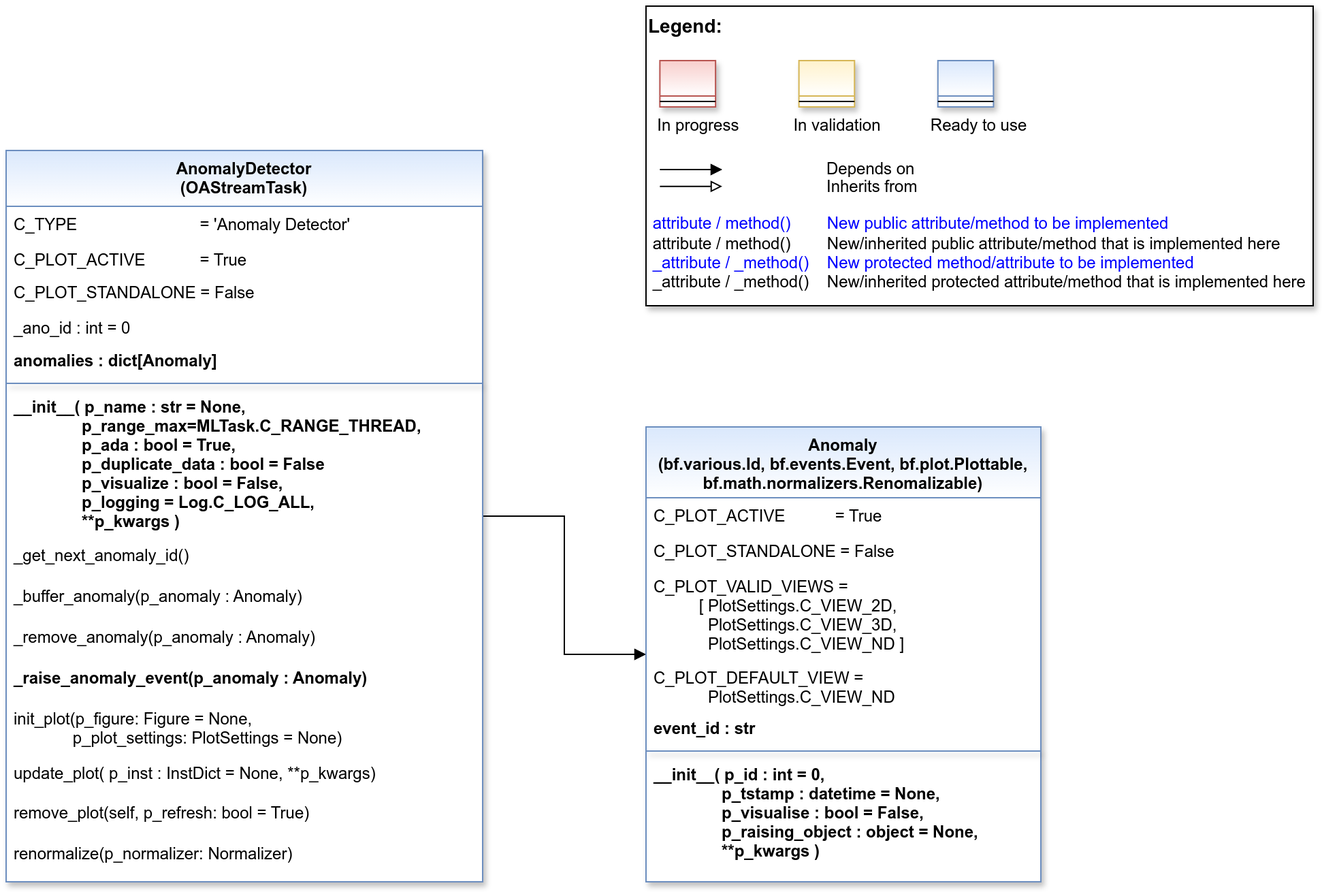
This is doc/rtd/content/99_appendices/appendix2/sub/mlpro_oa/streams/30_anomaly_detection/images/MLPro-OA-Anomaly-Detectors_class_diagram.drawio.png from fhswf/MLPro, a draw.io export, as it was before one commit. Source tidied: cells renumbered, new cells last; positions are measured from the earlier drawing's top-left corner, leaving out a move shared by most shapes.
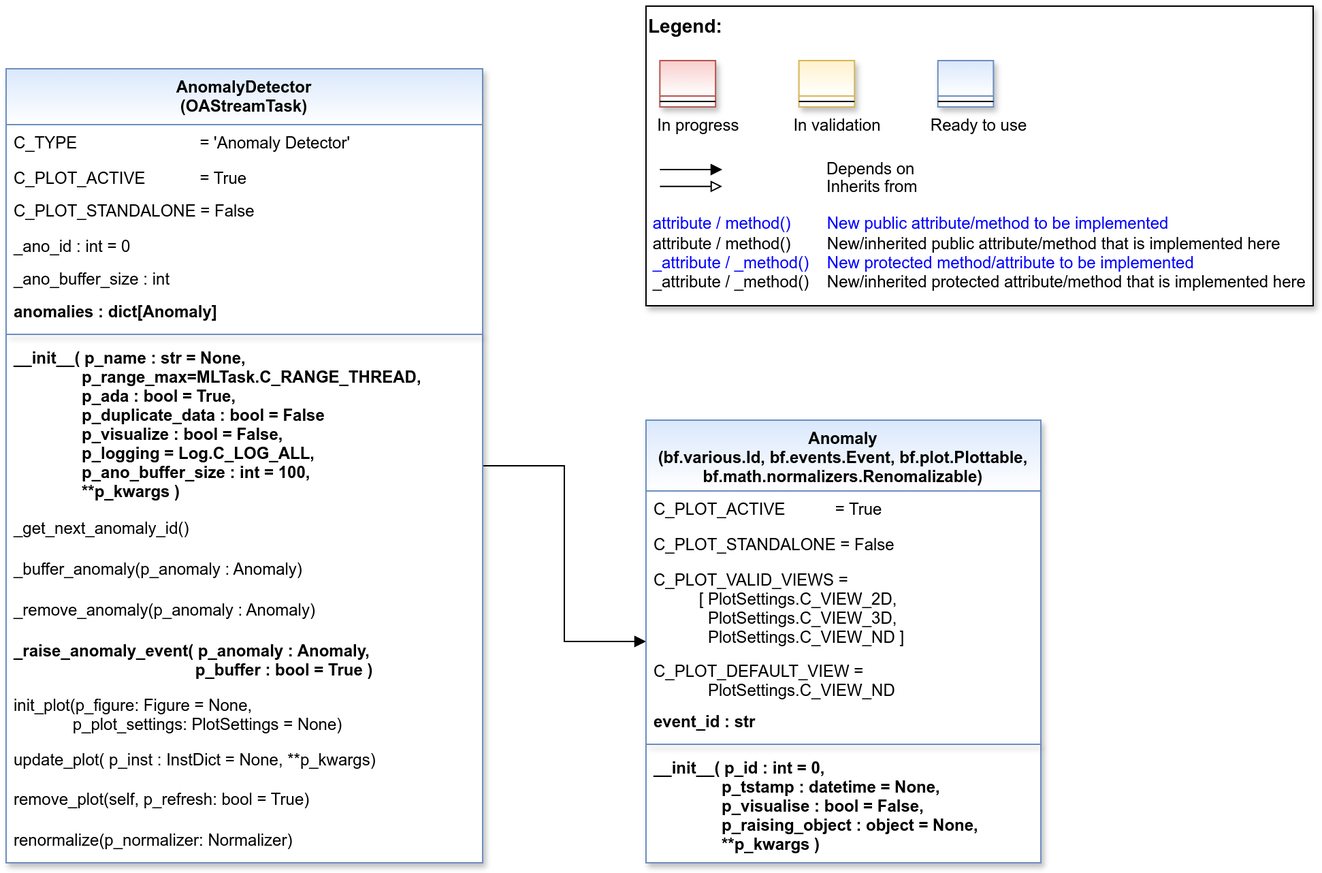
After the change.

Change to the diagram source:
```diff
@@ -1,14 +1,14 @@
 <mxGraphModel>
   <root>
-    <mxCell id="0" />
-    <mxCell id="1" parent="0" />
-    <mxCell id="2" style="group;" parent="1" vertex="1">
-      <mxGeometry x="470" width="490" height="220" as="geometry" />
-    </mxCell>
+    <mxCell id="37" />
+    <mxCell id="38" parent="37" />
+    <mxCell id="39" style="group;" parent="38" vertex="1">
+      <mxGeometry x="470" y="60" width="490" height="220" as="geometry" />
+    </mxCell>
-    <mxCell id="3" value="&lt;font color=&quot;#000000&quot; size=&quot;1&quot;&gt;&lt;b style=&quot;font-size: 14px&quot;&gt;Legend:&lt;br&gt;&lt;/b&gt;&lt;/font&gt;&lt;br&gt;&lt;br&gt;&lt;br&gt;&lt;font color=&quot;#0000ff&quot; style=&quot;font-size: 6px&quot;&gt;&lt;br&gt;&lt;/font&gt;&lt;span style=&quot;color: rgb(0 , 0 , 0)&quot;&gt;&lt;font style=&quot;font-size: 4px&quot;&gt;&amp;nbsp; &amp;nbsp;&lt;/font&gt;&amp;nbsp;In progress&amp;nbsp; &amp;nbsp; &amp;nbsp; &amp;nbsp; &amp;nbsp; &amp;nbsp; In validation&amp;nbsp; &amp;nbsp; &amp;nbsp; &amp;nbsp; &amp;nbsp; &amp;nbsp;Ready to use&lt;/span&gt;&lt;font color=&quot;#000000&quot;&gt;&amp;nbsp;&lt;br&gt;&lt;/font&gt;&lt;font color=&quot;#0000ff&quot;&gt;&lt;br&gt;&lt;br&gt;&lt;br&gt;&lt;br&gt;&amp;nbsp;attribute / method()&amp;nbsp; &amp;nbsp; &amp;nbsp; &amp;nbsp; New public attribute/method to be implemented&lt;/font&gt;&lt;br&gt;&lt;font color=&quot;#000000&quot;&gt;&amp;nbsp;&lt;/font&gt;&lt;font color=&quot;#000000&quot;&gt;attribute / method()&lt;span&gt; &lt;/span&gt;&amp;nbsp; &amp;nbsp; &amp;nbsp; &amp;nbsp;New/inherited public attribute/method that is implemented here&lt;br&gt;&lt;/font&gt;&lt;font color=&quot;#0000ff&quot;&gt;&amp;nbsp;_attribute /&amp;nbsp;&lt;/font&gt;&lt;font color=&quot;#0000ff&quot;&gt;_method()&amp;nbsp; &amp;nbsp; New protected method/attribute to be implemented&lt;/font&gt;&lt;br&gt;&lt;font color=&quot;#000000&quot;&gt;&amp;nbsp;_attribute / _method()&amp;nbsp; &amp;nbsp; New/inherited protected attribute/method that is implemented here&lt;br&gt;&lt;/font&gt;&lt;font color=&quot;#000000&quot;&gt;&lt;br&gt;&lt;br&gt;&lt;br&gt;&lt;br&gt;&lt;br&gt;&lt;/font&gt;" style="text;html=1;align=left;verticalAlign=top;whiteSpace=wrap;rounded=0;fontColor=#006600;strokeColor=#000000;shadow=1;fillColor=#ffffff;" parent="2" vertex="1">
+    <mxCell id="3" value="&lt;font color=&quot;#000000&quot; size=&quot;1&quot;&gt;&lt;b style=&quot;font-size: 14px&quot;&gt;Legend:&lt;br&gt;&lt;/b&gt;&lt;/font&gt;&lt;br&gt;&lt;br&gt;&lt;br&gt;&lt;font color=&quot;#0000ff&quot; style=&quot;font-size: 6px&quot;&gt;&lt;br&gt;&lt;/font&gt;&lt;span style=&quot;color: rgb(0 , 0 , 0)&quot;&gt;&lt;font style=&quot;font-size: 4px&quot;&gt;&amp;nbsp; &amp;nbsp;&lt;/font&gt;&amp;nbsp;In progress&amp;nbsp; &amp;nbsp; &amp;nbsp; &amp;nbsp; &amp;nbsp; &amp;nbsp; In validation&amp;nbsp; &amp;nbsp; &amp;nbsp; &amp;nbsp; &amp;nbsp; &amp;nbsp;Ready to use&lt;/span&gt;&lt;font color=&quot;#000000&quot;&gt;&amp;nbsp;&lt;br&gt;&lt;/font&gt;&lt;font color=&quot;#0000ff&quot;&gt;&lt;br&gt;&lt;br&gt;&lt;br&gt;&lt;br&gt;&amp;nbsp;attribute / method()&amp;nbsp; &amp;nbsp; &amp;nbsp; &amp;nbsp; New public attribute/method to be implemented&lt;/font&gt;&lt;br&gt;&lt;font color=&quot;#000000&quot;&gt;&amp;nbsp;&lt;/font&gt;&lt;font color=&quot;#000000&quot;&gt;attribute / method()&lt;span&gt; &lt;/span&gt;&amp;nbsp; &amp;nbsp; &amp;nbsp; &amp;nbsp;New/inherited public attribute/method that is implemented here&lt;br&gt;&lt;/font&gt;&lt;font color=&quot;#0000ff&quot;&gt;&amp;nbsp;_attribute /&amp;nbsp;&lt;/font&gt;&lt;font color=&quot;#0000ff&quot;&gt;_method()&amp;nbsp; &amp;nbsp; New protected method/attribute to be implemented&lt;/font&gt;&lt;br&gt;&lt;font color=&quot;#000000&quot;&gt;&amp;nbsp;_attribute / _method()&amp;nbsp; &amp;nbsp; New/inherited protected attribute/method that is implemented here&lt;br&gt;&lt;/font&gt;&lt;font color=&quot;#000000&quot;&gt;&lt;br&gt;&lt;br&gt;&lt;br&gt;&lt;br&gt;&lt;br&gt;&lt;/font&gt;" style="text;html=1;align=left;verticalAlign=top;whiteSpace=wrap;rounded=0;fontColor=#006600;strokeColor=#000000;shadow=1;fillColor=#ffffff;" parent="39" vertex="1">
       <mxGeometry width="490" height="220" as="geometry" />
     </mxCell>
-    <mxCell id="4" value="Depends on" style="endArrow=block;html=1;labelPosition=right;verticalLabelPosition=middle;align=left;verticalAlign=middle;endFill=1;fontSize=12;" parent="2" edge="1">
+    <mxCell id="4" value="Depends on" style="endArrow=block;html=1;labelPosition=right;verticalLabelPosition=middle;align=left;verticalAlign=middle;endFill=1;fontSize=12;" parent="39" edge="1">
       <mxGeometry x="-1623.1" y="-2180" as="geometry">
         <mxPoint x="10.2" y="120" as="sourcePoint" />
         <mxPoint x="56" y="120" as="targetPoint" />
@@ -18,36 +18,36 @@
         <mxPoint x="98" as="offset" />
       </mxGeometry>
     </mxCell>
-    <mxCell id="5" value="Inherits from" style="endArrow=block;html=1;labelPosition=right;verticalLabelPosition=middle;align=left;verticalAlign=middle;endFill=0;fontSize=12;" parent="2" edge="1">
+    <mxCell id="5" value="Inherits from" style="endArrow=block;html=1;labelPosition=right;verticalLabelPosition=middle;align=left;verticalAlign=middle;endFill=0;fontSize=12;" parent="39" edge="1">
       <mxGeometry x="-1623.1" y="-2180" as="geometry">
         <mxPoint x="10.2" y="132.4" as="sourcePoint" />
         <mxPoint x="56" y="132.4" as="targetPoint" />
         <mxPoint x="98" y="1" as="offset" />
       </mxGeometry>
     </mxCell>
-    <mxCell id="6" style="swimlane;fontStyle=3;align=center;verticalAlign=top;horizontal=1;startSize=26;rounded=0;shadow=1;strokeWidth=1;fillColor=#f8cecc;strokeColor=#b85450;gradientColor=#ffffff;swimlaneFillColor=#ffffff;" parent="2" vertex="1">
+    <mxCell id="6" style="swimlane;fontStyle=3;align=center;verticalAlign=top;horizontal=1;startSize=26;rounded=0;shadow=1;strokeWidth=1;fillColor=#f8cecc;strokeColor=#b85450;gradientColor=#ffffff;swimlaneFillColor=#ffffff;" parent="39" vertex="1">
       <mxGeometry x="10.2" y="40" width="40.8" height="34" as="geometry" />
     </mxCell>
-    <mxCell id="7" style="line;html=1;strokeWidth=1;align=left;verticalAlign=middle;spacingTop=-1;spacingLeft=3;spacingRight=3;labelPosition=right;" parent="6" vertex="1">
-      <mxGeometry y="26" width="40.8" height="8" as="geometry" />
-    </mxCell>
+    <mxCell id="40" style="line;html=1;strokeWidth=1;align=left;verticalAlign=middle;spacingTop=-1;spacingLeft=3;spacingRight=3;labelPosition=right;" parent="6" vertex="1">
+      <mxGeometry y="26" width="40.8" height="8" as="geometry" />
+    </mxCell>
-    <mxCell id="8" style="swimlane;fontStyle=3;align=center;verticalAlign=top;horizontal=1;startSize=26;rounded=0;shadow=1;strokeWidth=1;fillColor=#fff2cc;strokeColor=#d6b656;gradientColor=#ffffff;swimlaneFillColor=#ffffff;" parent="2" vertex="1">
+    <mxCell id="8" style="swimlane;fontStyle=3;align=center;verticalAlign=top;horizontal=1;startSize=26;rounded=0;shadow=1;strokeWidth=1;fillColor=#fff2cc;strokeColor=#d6b656;gradientColor=#ffffff;swimlaneFillColor=#ffffff;" parent="39" vertex="1">
       <mxGeometry x="112.3" y="40" width="40.8" height="34" as="geometry" />
     </mxCell>
-    <mxCell id="9" style="line;html=1;strokeWidth=1;align=left;verticalAlign=middle;spacingTop=-1;spacingLeft=3;spacingRight=3;labelPosition=right;" parent="8" vertex="1">
-      <mxGeometry y="26" width="40.8" height="8" as="geometry" />
-    </mxCell>
+    <mxCell id="41" style="line;html=1;strokeWidth=1;align=left;verticalAlign=middle;spacingTop=-1;spacingLeft=3;spacingRight=3;labelPosition=right;" parent="8" vertex="1">
+      <mxGeometry y="26" width="40.8" height="8" as="geometry" />
+    </mxCell>
-    <mxCell id="10" style="swimlane;fontStyle=3;align=center;verticalAlign=top;horizontal=1;startSize=26;rounded=0;shadow=1;strokeWidth=1;fillColor=#dae8fc;strokeColor=#6c8ebf;gradientColor=#ffffff;swimlaneFillColor=#ffffff;" parent="2" vertex="1">
+    <mxCell id="10" style="swimlane;fontStyle=3;align=center;verticalAlign=top;horizontal=1;startSize=26;rounded=0;shadow=1;strokeWidth=1;fillColor=#dae8fc;strokeColor=#6c8ebf;gradientColor=#ffffff;swimlaneFillColor=#ffffff;" parent="39" vertex="1">
       <mxGeometry x="214.4" y="40" width="40.8" height="34" as="geometry" />
     </mxCell>
-    <mxCell id="11" style="line;html=1;strokeWidth=1;align=left;verticalAlign=middle;spacingTop=-1;spacingLeft=3;spacingRight=3;labelPosition=right;" parent="10" vertex="1">
-      <mxGeometry y="26" width="40.8" height="8" as="geometry" />
-    </mxCell>
+    <mxCell id="42" style="line;html=1;strokeWidth=1;align=left;verticalAlign=middle;spacingTop=-1;spacingLeft=3;spacingRight=3;labelPosition=right;" parent="10" vertex="1">
+      <mxGeometry y="26" width="40.8" height="8" as="geometry" />
+    </mxCell>
-    <mxCell id="12" style="edgeStyle=orthogonalEdgeStyle;rounded=0;jettySize=auto;html=1;endArrow=block;endFill=1;" parent="1" edge="1" source="13" target="29">
+    <mxCell id="12" style="edgeStyle=orthogonalEdgeStyle;rounded=0;jettySize=auto;html=1;endArrow=block;endFill=1;" parent="38" edge="1" source="13" target="29">
       <mxGeometry relative="1" as="geometry" />
     </mxCell>
-    <mxCell id="13" value="AnomalyDetector&#10;(OAStreamTask)" style="swimlane;align=center;verticalAlign=top;horizontal=1;startSize=41;rounded=0;shadow=1;strokeWidth=1;fillColor=#dae8fc;strokeColor=#6c8ebf;swimlaneFillColor=#ffffff;gradientColor=#FFFFFF;" parent="1" vertex="1">
-      <mxGeometry y="106" width="350" height="537" as="geometry" />
+    <mxCell id="13" value="AnomalyDetector&#10;(OAStreamTask)" style="swimlane;align=center;verticalAlign=top;horizontal=1;startSize=41;rounded=0;shadow=1;strokeWidth=1;fillColor=#dae8fc;strokeColor=#6c8ebf;swimlaneFillColor=#ffffff;gradientColor=#FFFFFF;" parent="38" vertex="1">
+      <mxGeometry y="106" width="350" height="583" as="geometry" />
     </mxCell>
     <mxCell id="14" value="C_TYPE                           = 'Anomaly Detector'" style="text;align=left;verticalAlign=top;spacingLeft=4;spacingRight=4;overflow=hidden;fontStyle=0;fontColor=default;" parent="13" vertex="1">
       <mxGeometry y="41" width="350" height="26" as="geometry" />
@@ -61,41 +61,44 @@
     <mxCell id="17" value="_ano_id : int = 0" style="text;align=left;verticalAlign=top;spacingLeft=4;spacingRight=4;overflow=hidden;" parent="13" vertex="1">
       <mxGeometry y="117" width="350" height="24" as="geometry" />
     </mxCell>
+    <mxCell id="43" value="_ano_buffer_size : int" style="text;align=left;verticalAlign=top;spacingLeft=4;spacingRight=4;overflow=hidden;" parent="13" vertex="1">
+      <mxGeometry y="141" width="350" height="24" as="geometry" />
+    </mxCell>
     <mxCell id="18" value="anomalies : dict[Anomaly]" style="text;align=left;verticalAlign=top;spacingLeft=4;spacingRight=4;overflow=hidden;fontStyle=1;" parent="13" vertex="1">
-      <mxGeometry y="141" width="350" height="26" as="geometry" />
+      <mxGeometry y="165" width="350" height="26" as="geometry" />
     </mxCell>
-    <mxCell id="19" style="line;html=1;strokeWidth=1;align=center;verticalAlign=top;spacingTop=-1;spacingLeft=3;spacingRight=3;labelPosition=right;rounded=0;shadow=1;strokeColor=#6c8ebf;swimlaneFillColor=#ffffff;fontFamily=Helvetica;fontSize=12;fontColor=default;fontStyle=3;fillColor=#dae8fc;gradientColor=#ffffff;" parent="13" vertex="1">
-      <mxGeometry y="167" width="350" height="8" as="geometry" />
-    </mxCell>
-    <mxCell id="20" value="__init__( p_name : str = None,&#10;               p_range_max=MLTask.C_RANGE_THREAD,&#10;               p_ada : bool = True,&#10;               p_duplicate_data : bool = False&#10;               p_visualize : bool = False,&#10;               p_logging = Log.C_LOG_ALL,&#10;               **p_kwargs )" style="text;align=left;verticalAlign=top;spacingLeft=4;spacingRight=4;overflow=hidden;fontStyle=1;" parent="13" vertex="1">
-      <mxGeometry y="175" width="350" height="109" as="geometry" />
-    </mxCell>
+    <mxCell id="44" style="line;html=1;strokeWidth=1;align=center;verticalAlign=top;spacingTop=-1;spacingLeft=3;spacingRight=3;labelPosition=right;rounded=0;shadow=1;strokeColor=#6c8ebf;swimlaneFillColor=#ffffff;fontFamily=Helvetica;fontSize=12;fontColor=default;fontStyle=3;fillColor=#dae8fc;gradientColor=#ffffff;" parent="13" vertex="1">
+      <mxGeometry y="191" width="350" height="8" as="geometry" />
+    </mxCell>
+    <mxCell id="45" value="__init__( p_name : str = None,&#10;               p_range_max=MLTask.C_RANGE_THREAD,&#10;               p_ada : bool = True,&#10;               p_duplicate_data : bool = False&#10;               p_visualize : bool = False,&#10;               p_logging = Log.C_LOG_ALL,&#10;               p_ano_buffer_size : int = 100,&#10;               **p_kwargs )" style="text;align=left;verticalAlign=top;spacingLeft=4;spacingRight=4;overflow=hidden;fontStyle=1;" parent="13" vertex="1">
+      <mxGeometry y="199" width="350" height="125" as="geometry" />
+    </mxCell>
     <mxCell id="21" value="_get_next_anomaly_id()" style="text;align=left;verticalAlign=top;spacingLeft=4;spacingRight=4;overflow=hidden;shadow=1;" parent="13" vertex="1">
-      <mxGeometry y="284" width="350" height="30" as="geometry" />
+      <mxGeometry y="324" width="350" height="30" as="geometry" />
     </mxCell>
     <mxCell id="22" value="_buffer_anomaly(p_anomaly : Anomaly)" style="text;align=left;verticalAlign=top;spacingLeft=4;spacingRight=4;overflow=hidden;shadow=1;" parent="13" vertex="1">
-      <mxGeometry y="314" width="350" height="30" as="geometry" />
+      <mxGeometry y="354" width="350" height="30" as="geometry" />
     </mxCell>
     <mxCell id="23" value="_remove_anomaly(p_anomaly : Anomaly)" style="text;align=left;verticalAlign=top;spacingLeft=4;spacingRight=4;overflow=hidden;shadow=1;" parent="13" vertex="1">
-      <mxGeometry y="344" width="350" height="30" as="geometry" />
+      <mxGeometry y="384" width="350" height="30" as="geometry" />
     </mxCell>
-    <mxCell id="24" value="_raise_anomaly_event(p_anomaly : Anomaly)" style="text;align=left;verticalAlign=top;spacingLeft=4;spacingRight=4;overflow=hidden;shadow=1;fontStyle=1;" parent="13" vertex="1">
-      <mxGeometry y="374" width="350" height="30" as="geometry" />
-    </mxCell>
+    <mxCell id="46" value="_raise_anomaly_event( p_anomaly : Anomaly, &#10;                                        p_buffer : bool = True )" style="text;align=left;verticalAlign=top;spacingLeft=4;spacingRight=4;overflow=hidden;shadow=1;fontStyle=1;" parent="13" vertex="1">
+      <mxGeometry y="414" width="350" height="40" as="geometry" />
+    </mxCell>
     <mxCell id="25" value="init_plot(p_figure: Figure = None,&#10;             p_plot_settings: PlotSettings = None)" style="text;align=left;verticalAlign=top;spacingLeft=4;spacingRight=4;overflow=hidden;shadow=1;fontStyle=0;" parent="13" vertex="1">
-      <mxGeometry y="404" width="350" height="40" as="geometry" />
+      <mxGeometry y="454" width="350" height="40" as="geometry" />
     </mxCell>
     <mxCell id="26" value="update_plot( p_inst : InstDict = None, **p_kwargs)" style="text;align=left;verticalAlign=top;spacingLeft=4;spacingRight=4;overflow=hidden;shadow=1;fontStyle=0;" parent="13" vertex="1">
-      <mxGeometry y="444" width="350" height="29" as="geometry" />
+      <mxGeometry y="494" width="350" height="29" as="geometry" />
     </mxCell>
     <mxCell id="27" value="remove_plot(self, p_refresh: bool = True)" style="text;align=left;verticalAlign=top;spacingLeft=4;spacingRight=4;overflow=hidden;shadow=1;fontStyle=0;" parent="13" vertex="1">
-      <mxGeometry y="473" width="350" height="30" as="geometry" />
+      <mxGeometry y="523" width="350" height="30" as="geometry" />
     </mxCell>
     <mxCell id="28" value="renormalize(p_normalizer: Normalizer) " style="text;align=left;verticalAlign=top;spacingLeft=4;spacingRight=4;overflow=hidden;shadow=1;fontStyle=0;" parent="13" vertex="1">
-      <mxGeometry y="503" width="350" height="30" as="geometry" />
+      <mxGeometry y="553" width="350" height="30" as="geometry" />
     </mxCell>
-    <mxCell id="29" value="Anomaly &#10;(bf.various.Id, bf.events.Event, bf.plot.Plottable,&#10;bf.math.normalizers.Renomalizable)" style="swimlane;fontStyle=1;align=center;verticalAlign=top;horizontal=1;startSize=52;rounded=0;shadow=1;strokeWidth=1;fillColor=#dae8fc;strokeColor=#6c8ebf;swimlaneFillColor=#ffffff;fontFamily=Helvetica;fontSize=12;gradientColor=#FFFFFF;" parent="1" vertex="1">
-      <mxGeometry x="470" y="309" width="290" height="334" as="geometry" />
+    <mxCell id="29" value="Anomaly &#10;(bf.various.Id, bf.events.Event, bf.plot.Plottable,&#10;bf.math.normalizers.Renomalizable)" style="swimlane;fontStyle=1;align=center;verticalAlign=top;horizontal=1;startSize=52;rounded=0;shadow=1;strokeWidth=1;fillColor=#dae8fc;strokeColor=#6c8ebf;swimlaneFillColor=#ffffff;fontFamily=Helvetica;fontSize=12;gradientColor=#FFFFFF;" parent="38" vertex="1">
+      <mxGeometry x="470" y="364" width="290" height="325" as="geometry" />
     </mxCell>
     <mxCell id="30" value="C_PLOT_ACTIVE           = True" style="text;align=left;verticalAlign=top;spacingLeft=4;spacingRight=4;overflow=hidden;" parent="29" vertex="1">
       <mxGeometry y="52" width="290" height="26" as="geometry" />
```
